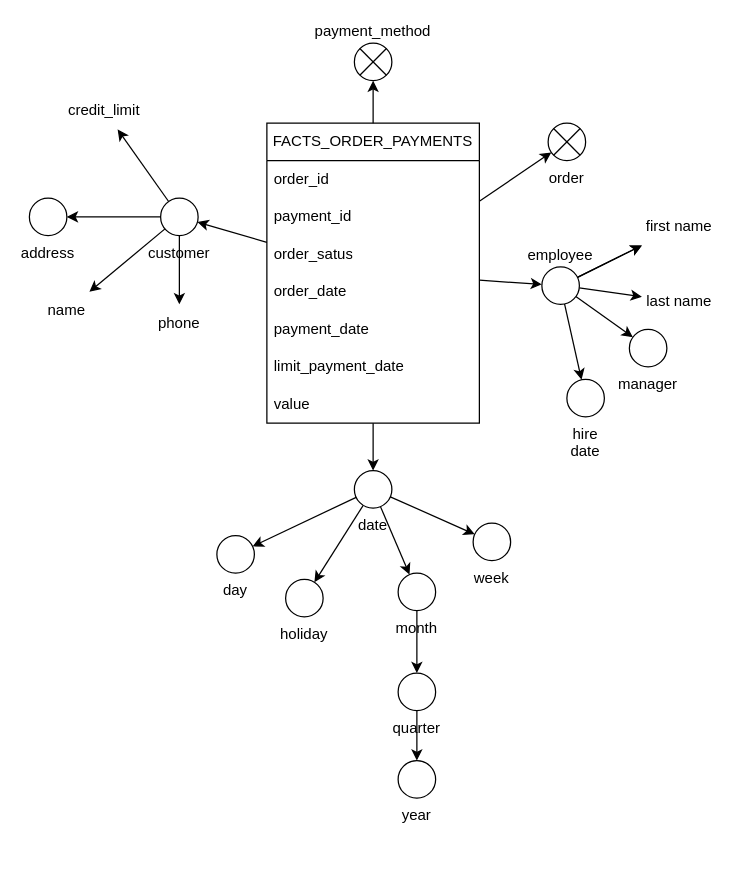
Before: page "ORDER_PAYMENTS_FACTS" (2 of 4) of docs/DFM.drawio in joaobraganca555/GlobalTech_ETL, a draw.io diagram. Source tidied: cells renumbered, new cells numbered last; positions are measured from the earlier drawing's top-left corner, leaving out a move shared by most shapes. Both pictures are drawn from the tidied source at 125%, with x=0, y=0 at pixel (29, 42).
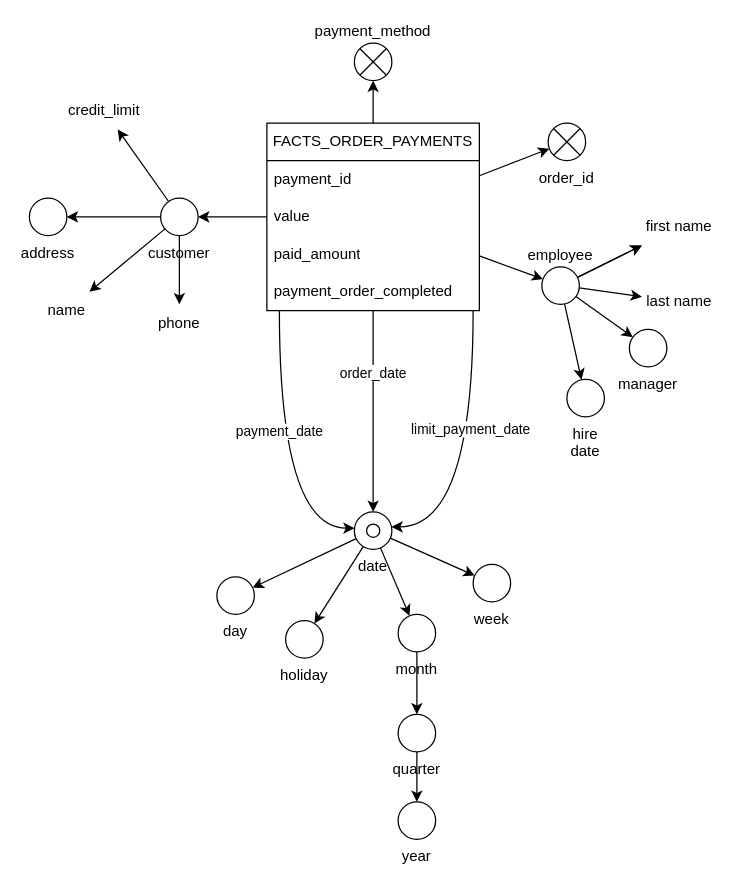
After the change.

What changed in the source:
```diff
@@
-    <mxCell id="3" style="edgeStyle=none;rounded=0;jettySize=auto;html=1;fontColor=#000000;" parent="1" edge="1" source="4" target="27">
-      <mxGeometry relative="1" as="geometry" />
+    <mxCell id="3" value="limit_payment_date" style="edgeStyle=orthogonalEdgeStyle;rounded=0;jettySize=auto;html=1;fontColor=#000000;curved=1;" parent="1" edge="1" source="4" target="27">
+      <mxGeometry x="-0.2" y="-2" relative="1" as="geometry">
+        <Array as="points">
+          <mxPoint x="355" y="387" />
+        </Array>
+      </mxGeometry>
     </mxCell>
+    <mxCell id="8" value="order_date" style="edgeStyle=orthogonalEdgeStyle;curved=1;rounded=0;jettySize=auto;html=1;" parent="1" edge="1" source="4" target="27">
+      <mxGeometry x="-0.38" relative="1" as="geometry" />
+    </mxCell>
     <mxCell id="4" value="FACTS_ORDER_PAYMENTS" style="swimlane;fontStyle=0;horizontal=1;startSize=30;whiteSpace=wrap;html=1;" parent="1" vertex="1">
-      <mxGeometry x="190" y="64" width="170" height="240" as="geometry" />
+      <mxGeometry x="190" y="64" width="170" height="150" as="geometry" />
     </mxCell>
-    <mxCell id="5" value="order_id" style="text;strokeColor=none;fillColor=none;align=left;verticalAlign=middle;spacingLeft=4;spacingRight=4;overflow=hidden;whiteSpace=wrap;html=1;" parent="4" vertex="1">
-      <mxGeometry y="30" width="170" height="30" as="geometry" />
-    </mxCell>
     <mxCell id="6" value="payment_id" style="text;strokeColor=none;fillColor=none;align=left;verticalAlign=middle;spacingLeft=4;spacingRight=4;overflow=hidden;whiteSpace=wrap;html=1;" parent="4" vertex="1">
-      <mxGeometry y="60" width="170" height="30" as="geometry" />
+      <mxGeometry y="30" width="170" height="30" as="geometry" />
     </mxCell>
-    <mxCell id="7" value="order_satus" style="text;strokeColor=none;fillColor=none;align=left;verticalAlign=middle;spacingLeft=4;spacingRight=4;overflow=hidden;whiteSpace=wrap;html=1;" parent="4" vertex="1">
-      <mxGeometry y="90" width="170" height="30" as="geometry" />
-    </mxCell>
-    <mxCell id="8" value="order_date" style="text;strokeColor=none;fillColor=none;align=left;verticalAlign=middle;spacingLeft=4;spacingRight=4;overflow=hidden;whiteSpace=wrap;html=1;" parent="4" vertex="1">
-      <mxGeometry y="120" width="170" height="30" as="geometry" />
-    </mxCell>
-    <mxCell id="9" value="payment_date" style="text;strokeColor=none;fillColor=none;align=left;verticalAlign=middle;spacingLeft=4;spacingRight=4;overflow=hidden;whiteSpace=wrap;html=1;" parent="4" vertex="1">
-      <mxGeometry y="150" width="170" height="30" as="geometry" />
-    </mxCell>
-    <mxCell id="10" value="limit_payment_date" style="text;strokeColor=none;fillColor=none;align=left;verticalAlign=middle;spacingLeft=4;spacingRight=4;overflow=hidden;whiteSpace=wrap;html=1;" parent="4" vertex="1">
-      <mxGeometry y="180" width="170" height="30" as="geometry" />
-    </mxCell>
     <mxCell id="11" value="value" style="text;strokeColor=none;fillColor=none;align=left;verticalAlign=middle;spacingLeft=4;spacingRight=4;overflow=hidden;whiteSpace=wrap;html=1;" parent="4" vertex="1">
-      <mxGeometry y="210" width="170" height="30" as="geometry" />
+      <mxGeometry y="60" width="170" height="30" as="geometry" />
     </mxCell>
+    <mxCell id="49" value="paid_amount" style="text;strokeColor=none;fillColor=none;align=left;verticalAlign=middle;spacingLeft=4;spacingRight=4;overflow=hidden;whiteSpace=wrap;html=1;" parent="4" vertex="1">
+      <mxGeometry y="90" width="170" height="30" as="geometry" />
+    </mxCell>
+    <mxCell id="50" value="payment_order_completed" style="text;strokeColor=none;fillColor=none;align=left;verticalAlign=middle;spacingLeft=4;spacingRight=4;overflow=hidden;whiteSpace=wrap;html=1;" parent="4" vertex="1">
+      <mxGeometry y="120" width="170" height="30" as="geometry" />
+    </mxCell>
@@
     <mxCell id="27" value="date" style="ellipse;whiteSpace=wrap;html=1;labelPosition=center;verticalLabelPosition=bottom;align=center;verticalAlign=top;" parent="1" vertex="1">
-      <mxGeometry x="260" y="342" width="30" height="30" as="geometry" />
+      <mxGeometry x="260" y="375" width="30" height="30" as="geometry" />
     </mxCell>
     <mxCell id="28" value="day" style="ellipse;whiteSpace=wrap;html=1;labelPosition=center;verticalLabelPosition=bottom;align=center;verticalAlign=top;" parent="1" vertex="1">
-      <mxGeometry x="150" y="394" width="30" height="30" as="geometry" />
+      <mxGeometry x="150" y="427" width="30" height="30" as="geometry" />
     </mxCell>
     <mxCell id="29" value="week" style="ellipse;whiteSpace=wrap;html=1;labelPosition=center;verticalLabelPosition=bottom;align=center;verticalAlign=top;" parent="1" vertex="1">
-      <mxGeometry x="355" y="384" width="30" height="30" as="geometry" />
+      <mxGeometry x="355" y="417" width="30" height="30" as="geometry" />
     </mxCell>
@@
     <mxCell id="31" value="month" style="ellipse;whiteSpace=wrap;html=1;labelPosition=center;verticalLabelPosition=bottom;align=center;verticalAlign=top;" parent="1" vertex="1">
-      <mxGeometry x="295" y="424" width="30" height="30" as="geometry" />
+      <mxGeometry x="295" y="457" width="30" height="30" as="geometry" />
     </mxCell>
@@
     <mxCell id="33" value="quarter" style="ellipse;whiteSpace=wrap;html=1;labelPosition=center;verticalLabelPosition=bottom;align=center;verticalAlign=top;" parent="1" vertex="1">
-      <mxGeometry x="295" y="504" width="30" height="30" as="geometry" />
+      <mxGeometry x="295" y="537" width="30" height="30" as="geometry" />
     </mxCell>
     <mxCell id="34" value="year" style="ellipse;whiteSpace=wrap;html=1;labelPosition=center;verticalLabelPosition=bottom;align=center;verticalAlign=top;" parent="1" vertex="1">
-      <mxGeometry x="295" y="574" width="30" height="30" as="geometry" />
+      <mxGeometry x="295" y="607" width="30" height="30" as="geometry" />
     </mxCell>
     <mxCell id="35" value="holiday" style="ellipse;whiteSpace=wrap;html=1;labelPosition=center;verticalLabelPosition=bottom;align=center;verticalAlign=top;" parent="1" vertex="1">
-      <mxGeometry x="205" y="429" width="30" height="30" as="geometry" />
+      <mxGeometry x="205" y="462" width="30" height="30" as="geometry" />
     </mxCell>
@@
-    <mxCell id="48" value="order" style="shape=sumEllipse;perimeter=ellipsePerimeter;whiteSpace=wrap;html=1;backgroundOutline=1;fontColor=#000000;labelPosition=center;verticalLabelPosition=bottom;align=center;verticalAlign=top;" parent="1" vertex="1">
+    <mxCell id="48" value="order_id" style="shape=sumEllipse;perimeter=ellipsePerimeter;whiteSpace=wrap;html=1;backgroundOutline=1;fontColor=#000000;labelPosition=center;verticalLabelPosition=bottom;align=center;verticalAlign=top;" parent="1" vertex="1">
       <mxGeometry x="415" y="64" width="30" height="30" as="geometry" />
     </mxCell>
+    <mxCell id="9" value="payment_date" style="edgeStyle=orthogonalEdgeStyle;rounded=0;jettySize=auto;html=1;fontColor=#000000;curved=1;" parent="1" edge="1" source="4" target="27">
+      <mxGeometry x="-0.17" relative="1" as="geometry">
+        <Array as="points">
+          <mxPoint x="200" y="388" />
+        </Array>
+      </mxGeometry>
+    </mxCell>
+    <mxCell id="51" style="ellipse;whiteSpace=wrap;html=1;labelPosition=center;verticalLabelPosition=bottom;align=center;verticalAlign=top;" parent="1" vertex="1">
+      <mxGeometry x="269.8" y="384.8" width="10.5" height="10.5" as="geometry" />
+    </mxCell>
```
